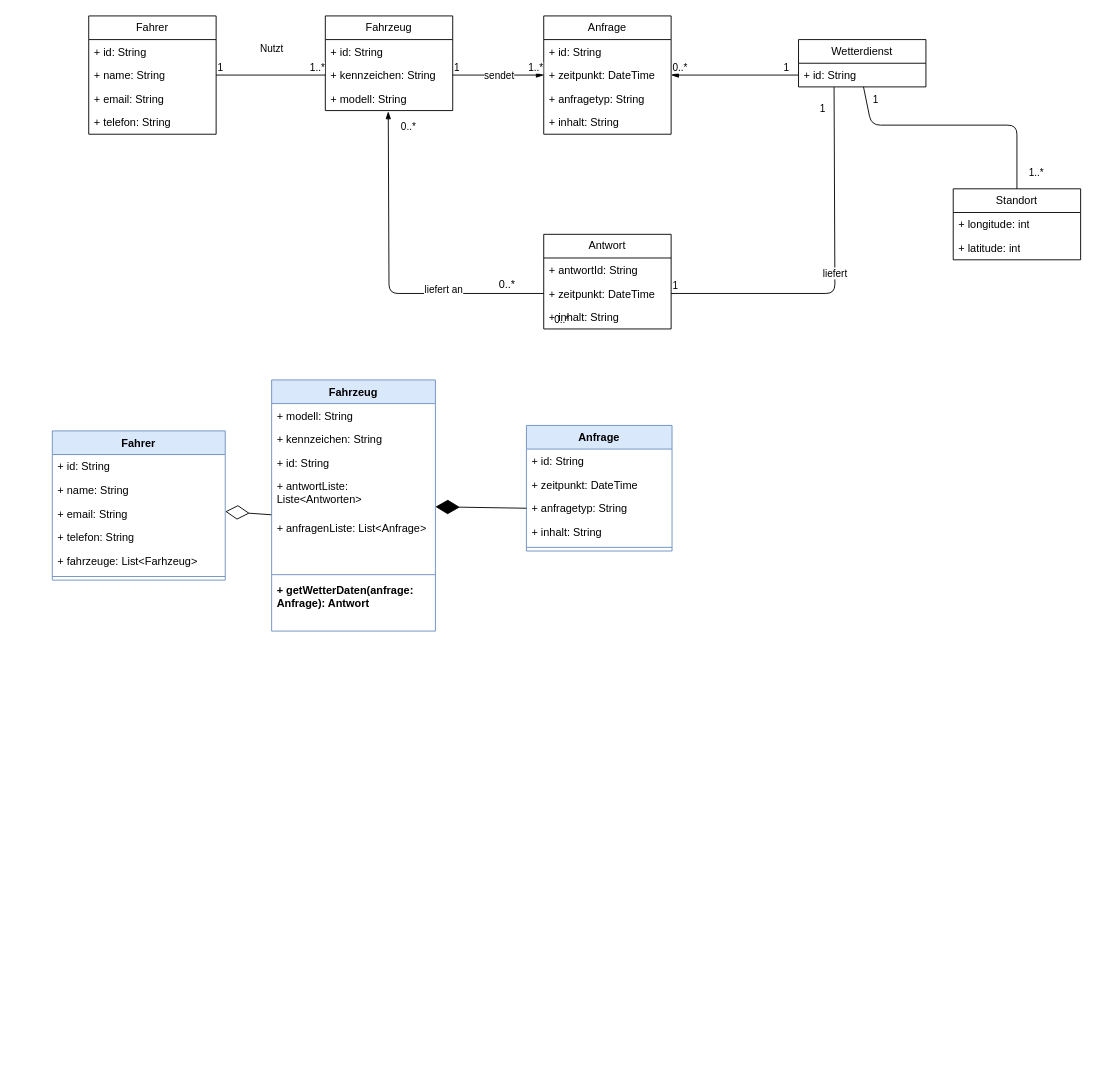
This is page "Klassendiagramm" (4 of 5) of auto_system.drawio from AdamSatzkeHSE/UML_Grundkurs_SANDATA, a draw.io file, before an edit. Source tidied: cells renumbered, new cells numbered last; positions are measured from the earlier drawing's top-left corner, leaving out a move shared by most shapes. Both pictures are drawn from the tidied source at 91%, with x=0, y=0 at pixel (52, 15).
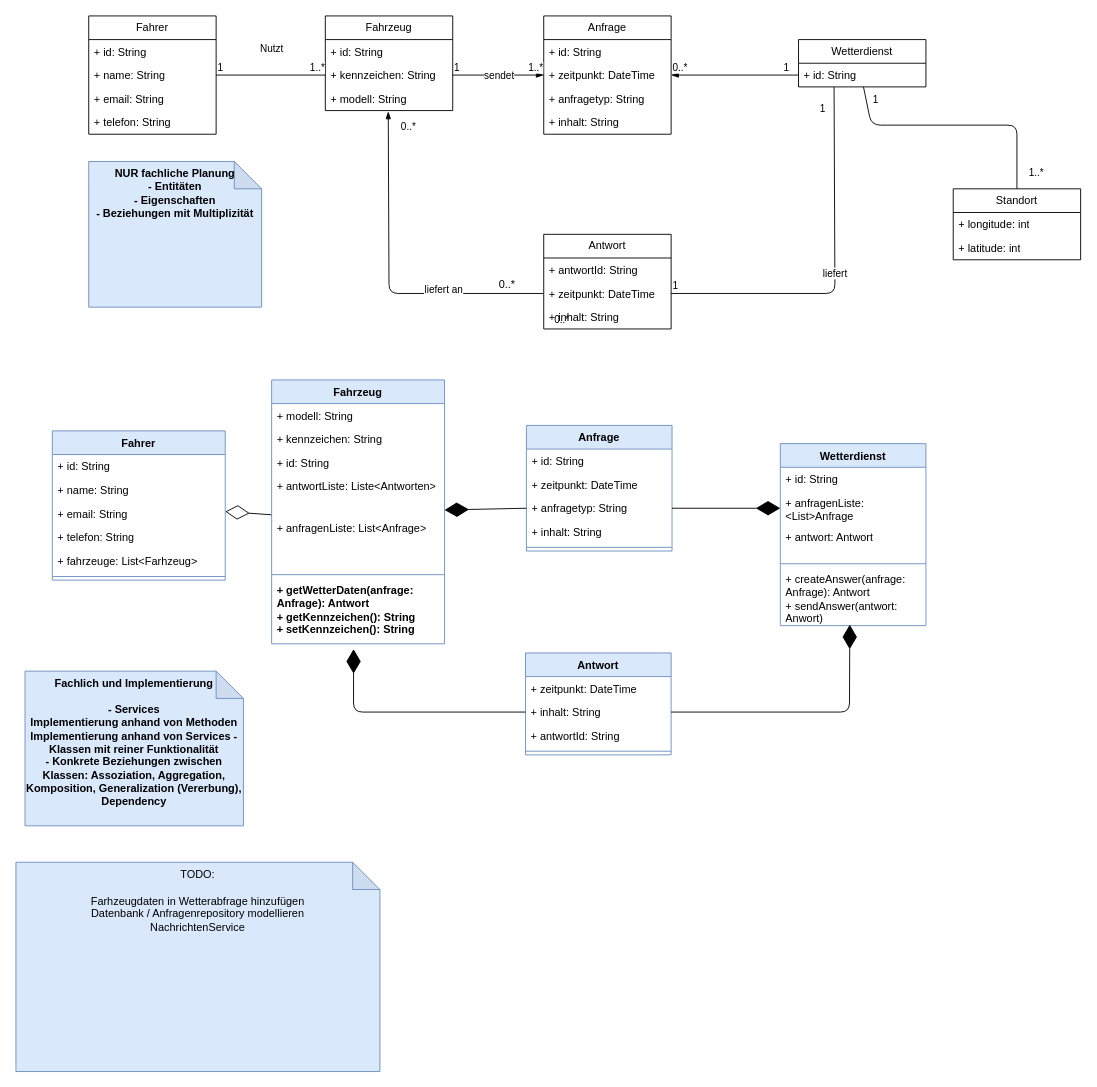
After the change.

Unchanged cells that the change refers to:
```xml
<mxCell id="66" value="+ anfragetyp: String" style="text;strokeColor=none;fillColor=none;align=left;verticalAlign=top;spacingLeft=4;spacingRight=4;overflow=hidden;points=[[0,0.5],[1,0.5]];portConstraint=eastwest;whiteSpace=wrap;html=1;" parent="63" vertex="1">
  <mxGeometry y="78" width="160" height="26" as="geometry" />
</mxCell>
```

What changed in the source:
```diff
@@
     <mxCell id="55" value="Fahrzeug" style="swimlane;fontStyle=1;align=center;verticalAlign=top;horizontal=1;startSize=26;whiteSpace=wrap;html=1;strokeColor=#6c8ebf;fontFamily=Helvetica;fontSize=12;fontColor=default;fillColor=#dae8fc;" parent="1" vertex="1">
-      <mxGeometry x="241" y="400" width="180" height="276" as="geometry" />
+      <mxGeometry x="241" y="400" width="190" height="290" as="geometry" />
     </mxCell>
     <mxCell id="56" value="+ modell: String" style="text;strokeColor=none;fillColor=none;align=left;verticalAlign=top;spacingLeft=4;spacingRight=4;overflow=hidden;whiteSpace=wrap;html=1;" parent="55" vertex="1">
-      <mxGeometry y="26" width="180" height="26" as="geometry" />
+      <mxGeometry y="26" width="190" height="26" as="geometry" />
     </mxCell>
     <mxCell id="57" value="+ kennzeichen: String" style="text;strokeColor=none;fillColor=none;align=left;verticalAlign=top;spacingLeft=4;spacingRight=4;overflow=hidden;whiteSpace=wrap;html=1;" parent="55" vertex="1">
-      <mxGeometry y="52" width="180" height="26" as="geometry" />
+      <mxGeometry y="52" width="190" height="26" as="geometry" />
     </mxCell>
     <mxCell id="58" value="+ id: String" style="text;strokeColor=none;fillColor=none;align=left;verticalAlign=top;spacingLeft=4;spacingRight=4;overflow=hidden;whiteSpace=wrap;html=1;" parent="55" vertex="1">
-      <mxGeometry y="78" width="180" height="26" as="geometry" />
+      <mxGeometry y="78" width="190" height="26" as="geometry" />
     </mxCell>
     <mxCell id="59" value="+ antwortListe: Liste&amp;lt;Antworten&amp;gt;" style="text;strokeColor=none;fillColor=none;align=left;verticalAlign=top;spacingLeft=4;spacingRight=4;overflow=hidden;points=[[0,0.5],[1,0.5]];portConstraint=eastwest;whiteSpace=wrap;html=1;" parent="55" vertex="1">
-      <mxGeometry y="104" width="180" height="46" as="geometry" />
+      <mxGeometry y="104" width="190" height="46" as="geometry" />
     </mxCell>
     <mxCell id="60" value="+ anfragenListe: List&amp;lt;Anfrage&amp;gt;" style="text;strokeColor=none;fillColor=none;align=left;verticalAlign=top;spacingLeft=4;spacingRight=4;overflow=hidden;whiteSpace=wrap;html=1;" parent="55" vertex="1">
-      <mxGeometry y="150" width="180" height="60" as="geometry" />
+      <mxGeometry y="150" width="190" height="60" as="geometry" />
     </mxCell>
     <mxCell id="61" style="line;strokeWidth=1;fillColor=none;align=left;verticalAlign=middle;spacingTop=-1;spacingLeft=3;spacingRight=3;labelPosition=right;strokeColor=inherit;fontFamily=Helvetica;fontSize=12;fontColor=default;fontStyle=1;horizontal=1;" parent="55" vertex="1">
-      <mxGeometry y="210" width="180" height="8" as="geometry" />
+      <mxGeometry y="210" width="190" height="8" as="geometry" />
     </mxCell>
-    <mxCell id="62" value="+ getWetterDaten(anfrage: Anfrage): Antwort" style="text;strokeColor=none;fillColor=none;align=left;verticalAlign=top;spacingLeft=4;spacingRight=4;overflow=hidden;points=[[0,0.5],[1,0.5]];portConstraint=eastwest;whiteSpace=wrap;html=1;fontFamily=Helvetica;fontSize=12;fontColor=default;fontStyle=1;horizontal=1;" parent="55" vertex="1">
-      <mxGeometry y="218" width="180" height="58" as="geometry" />
+    <mxCell id="62" value="+ getWetterDaten(anfrage: Anfrage): Antwort&lt;div&gt;+ getKennzeichen(): String&lt;/div&gt;&lt;div&gt;+ setKennzeichen(): String&lt;/div&gt;" style="text;strokeColor=none;fillColor=none;align=left;verticalAlign=top;spacingLeft=4;spacingRight=4;overflow=hidden;points=[[0,0.5],[1,0.5]];portConstraint=eastwest;whiteSpace=wrap;html=1;fontFamily=Helvetica;fontSize=12;fontColor=default;fontStyle=1;horizontal=1;" parent="55" vertex="1">
+      <mxGeometry y="218" width="190" height="72" as="geometry" />
     </mxCell>
@@
+    <mxCell id="71" value="Wetterdienst" style="swimlane;fontStyle=1;align=center;verticalAlign=top;horizontal=1;startSize=26;whiteSpace=wrap;html=1;strokeColor=#6c8ebf;fontFamily=Helvetica;fontSize=12;fontColor=default;fillColor=#dae8fc;" parent="1" vertex="1">
+      <mxGeometry x="800" y="470" width="160" height="200" as="geometry" />
+    </mxCell>
+    <mxCell id="72" value="&lt;span style=&quot;font-weight: normal;&quot;&gt;+ id: String&lt;/span&gt;" style="text;strokeColor=none;fillColor=none;align=left;verticalAlign=top;spacingLeft=4;spacingRight=4;overflow=hidden;whiteSpace=wrap;html=1;fontFamily=Helvetica;fontSize=12;fontColor=default;fontStyle=1;horizontal=1;" parent="71" vertex="1">
+      <mxGeometry y="26" width="160" height="26" as="geometry" />
+    </mxCell>
+    <mxCell id="73" value="&lt;span style=&quot;font-weight: normal;&quot;&gt;+ anfragenListe: &amp;lt;List&amp;gt;Anfrage&lt;/span&gt;" style="text;strokeColor=none;fillColor=none;align=left;verticalAlign=top;spacingLeft=4;spacingRight=4;overflow=hidden;points=[[0,0.5],[1,0.5]];portConstraint=eastwest;whiteSpace=wrap;html=1;fontFamily=Helvetica;fontSize=12;fontColor=default;fontStyle=1;horizontal=1;" parent="71" vertex="1">
+      <mxGeometry y="52" width="160" height="38" as="geometry" />
+    </mxCell>
+    <mxCell id="74" value="&lt;span style=&quot;font-weight: normal;&quot;&gt;+ antwort: Antwort&lt;/span&gt;" style="text;strokeColor=none;fillColor=none;align=left;verticalAlign=top;spacingLeft=4;spacingRight=4;overflow=hidden;whiteSpace=wrap;html=1;fontFamily=Helvetica;fontSize=12;fontColor=default;fontStyle=1;horizontal=1;" parent="71" vertex="1">
+      <mxGeometry y="90" width="160" height="38" as="geometry" />
+    </mxCell>
+    <mxCell id="75" style="line;strokeWidth=1;fillColor=none;align=left;verticalAlign=middle;spacingTop=-1;spacingLeft=3;spacingRight=3;labelPosition=right;strokeColor=inherit;fontFamily=Helvetica;fontSize=12;fontColor=default;fontStyle=1;horizontal=1;" parent="71" vertex="1">
+      <mxGeometry y="128" width="160" height="8" as="geometry" />
+    </mxCell>
+    <mxCell id="76" value="&lt;span style=&quot;font-weight: 400;&quot;&gt;+ createAnswer(anfrage: Anfrage): Antwort&lt;/span&gt;&lt;div&gt;&lt;span style=&quot;font-weight: 400;&quot;&gt;+ sendAnswer(antwort: Anwort)&lt;/span&gt;&lt;/div&gt;" style="text;strokeColor=none;fillColor=none;align=left;verticalAlign=top;spacingLeft=4;spacingRight=4;overflow=hidden;points=[[0,0.5],[1,0.5]];portConstraint=eastwest;whiteSpace=wrap;html=1;fontFamily=Helvetica;fontSize=12;fontColor=default;fontStyle=1;horizontal=1;" parent="71" vertex="1">
+      <mxGeometry y="136" width="160" height="64" as="geometry" />
+    </mxCell>
+    <mxCell id="77" style="endArrow=diamondThin;endFill=1;endSize=24;html=1;rounded=0;fontFamily=Helvetica;fontSize=12;fontColor=default;fontStyle=1;horizontal=1;exitX=1;exitY=0.5;exitDx=0;exitDy=0;entryX=0;entryY=0.5;entryDx=0;entryDy=0;" parent="1" edge="1" source="66" target="73">
+      <mxGeometry relative="1" as="geometry" />
+    </mxCell>
+    <mxCell id="78" value="Antwort" style="swimlane;fontStyle=1;align=center;verticalAlign=top;horizontal=1;startSize=26;whiteSpace=wrap;html=1;strokeColor=#6c8ebf;fontFamily=Helvetica;fontSize=12;fontColor=default;fillColor=#dae8fc;" parent="1" vertex="1">
+      <mxGeometry x="520" y="700" width="160" height="112" as="geometry" />
+    </mxCell>
+    <mxCell id="79" value="+ zeitpunkt: DateTime" style="text;strokeColor=none;fillColor=none;align=left;verticalAlign=top;spacingLeft=4;spacingRight=4;overflow=hidden;whiteSpace=wrap;html=1;" parent="78" vertex="1">
+      <mxGeometry y="26" width="160" height="26" as="geometry" />
+    </mxCell>
+    <mxCell id="80" value="+ inhalt: String" style="text;strokeColor=none;fillColor=none;align=left;verticalAlign=top;spacingLeft=4;spacingRight=4;overflow=hidden;points=[[0,0.5],[1,0.5]];portConstraint=eastwest;whiteSpace=wrap;html=1;" parent="78" vertex="1">
+      <mxGeometry y="52" width="160" height="26" as="geometry" />
+    </mxCell>
+    <mxCell id="81" value="+ antwortId: String" style="text;strokeColor=none;fillColor=none;align=left;verticalAlign=top;spacingLeft=4;spacingRight=4;overflow=hidden;whiteSpace=wrap;html=1;" parent="78" vertex="1">
+      <mxGeometry y="78" width="160" height="26" as="geometry" />
+    </mxCell>
+    <mxCell id="82" style="line;strokeWidth=1;fillColor=none;align=left;verticalAlign=middle;spacingTop=-1;spacingLeft=3;spacingRight=3;labelPosition=right;strokeColor=inherit;fontFamily=Helvetica;fontSize=12;fontColor=default;fontStyle=1;horizontal=1;" parent="78" vertex="1">
+      <mxGeometry y="104" width="160" height="8" as="geometry" />
+    </mxCell>
+    <mxCell id="83" style="endArrow=diamondThin;endFill=1;endSize=24;html=1;rounded=1;fontFamily=Helvetica;fontSize=12;fontColor=default;fontStyle=1;horizontal=1;exitX=1;exitY=0.5;exitDx=0;exitDy=0;entryX=0.477;entryY=0.984;entryDx=0;entryDy=0;entryPerimeter=0;curved=0;" parent="1" edge="1" source="80" target="76">
+      <mxGeometry relative="1" as="geometry">
+        <Array as="points">
+          <mxPoint x="876" y="765" />
+        </Array>
+      </mxGeometry>
+    </mxCell>
+    <mxCell id="84" style="endArrow=diamondThin;endFill=1;endSize=24;html=1;rounded=1;fontFamily=Helvetica;fontSize=12;fontColor=default;fontStyle=1;horizontal=1;entryX=0.474;entryY=1.081;entryDx=0;entryDy=0;entryPerimeter=0;exitX=0;exitY=0.5;exitDx=0;exitDy=0;curved=0;" parent="1" edge="1" source="80" target="62">
+      <mxGeometry relative="1" as="geometry">
+        <Array as="points">
+          <mxPoint x="331" y="765" />
+        </Array>
+      </mxGeometry>
+    </mxCell>
+    <mxCell id="85" value="&lt;span style=&quot;font-weight: normal;&quot;&gt;TODO:&lt;/span&gt;&lt;div&gt;&lt;span style=&quot;font-weight: normal;&quot;&gt;&lt;br&gt;&lt;/span&gt;&lt;/div&gt;&lt;div&gt;&lt;span style=&quot;font-weight: normal;&quot;&gt;Farhzeugdaten in Wetterabfrage hinzufügen&lt;/span&gt;&lt;/div&gt;&lt;div&gt;&lt;span style=&quot;font-weight: normal;&quot;&gt;Datenbank / Anfragenrepository modellieren&lt;/span&gt;&lt;/div&gt;&lt;div&gt;&lt;span style=&quot;font-weight: normal;&quot;&gt;NachrichtenService&lt;/span&gt;&lt;/div&gt;" style="shape=note;whiteSpace=wrap;html=1;backgroundOutline=1;darkOpacity=0.05;strokeColor=#6c8ebf;align=center;verticalAlign=top;fontFamily=Helvetica;fontSize=12;fontColor=default;fontStyle=1;horizontal=1;fillColor=#dae8fc;" parent="1" vertex="1">
+      <mxGeometry x="-40" y="930" width="400" height="230" as="geometry" />
+    </mxCell>
+    <mxCell id="86" value="NUR fachliche Planung&lt;div&gt;- Entitäten&lt;/div&gt;&lt;div&gt;- Eigenschaften&lt;/div&gt;&lt;div&gt;- Beziehungen mit Multiplizität&lt;/div&gt;" style="shape=note;whiteSpace=wrap;html=1;backgroundOutline=1;darkOpacity=0.05;strokeColor=#6c8ebf;align=center;verticalAlign=top;fontFamily=Helvetica;fontSize=12;fontColor=default;fontStyle=1;horizontal=1;fillColor=#dae8fc;" parent="1" vertex="1">
+      <mxGeometry x="40" y="160" width="190" height="160" as="geometry" />
+    </mxCell>
+    <mxCell id="87" value="Fachlich und Implementierung&lt;div&gt;&lt;br&gt;&lt;/div&gt;&lt;div&gt;- Services&lt;/div&gt;&lt;div&gt;Implementierung anhand von Methoden&lt;/div&gt;&lt;div&gt;Implementierung anhand von Services - Klassen mit reiner Funktionalität&lt;/div&gt;&lt;div&gt;- Konkrete Beziehungen zwischen Klassen: Assoziation, Aggregation, Komposition, Generalization (Vererbung), Dependency&lt;/div&gt;" style="shape=note;whiteSpace=wrap;html=1;backgroundOutline=1;darkOpacity=0.05;strokeColor=#6c8ebf;align=center;verticalAlign=top;fontFamily=Helvetica;fontSize=12;fontColor=default;fontStyle=1;horizontal=1;fillColor=#dae8fc;" parent="1" vertex="1">
+      <mxGeometry x="-30" y="720" width="240" height="170" as="geometry" />
+    </mxCell>
```
